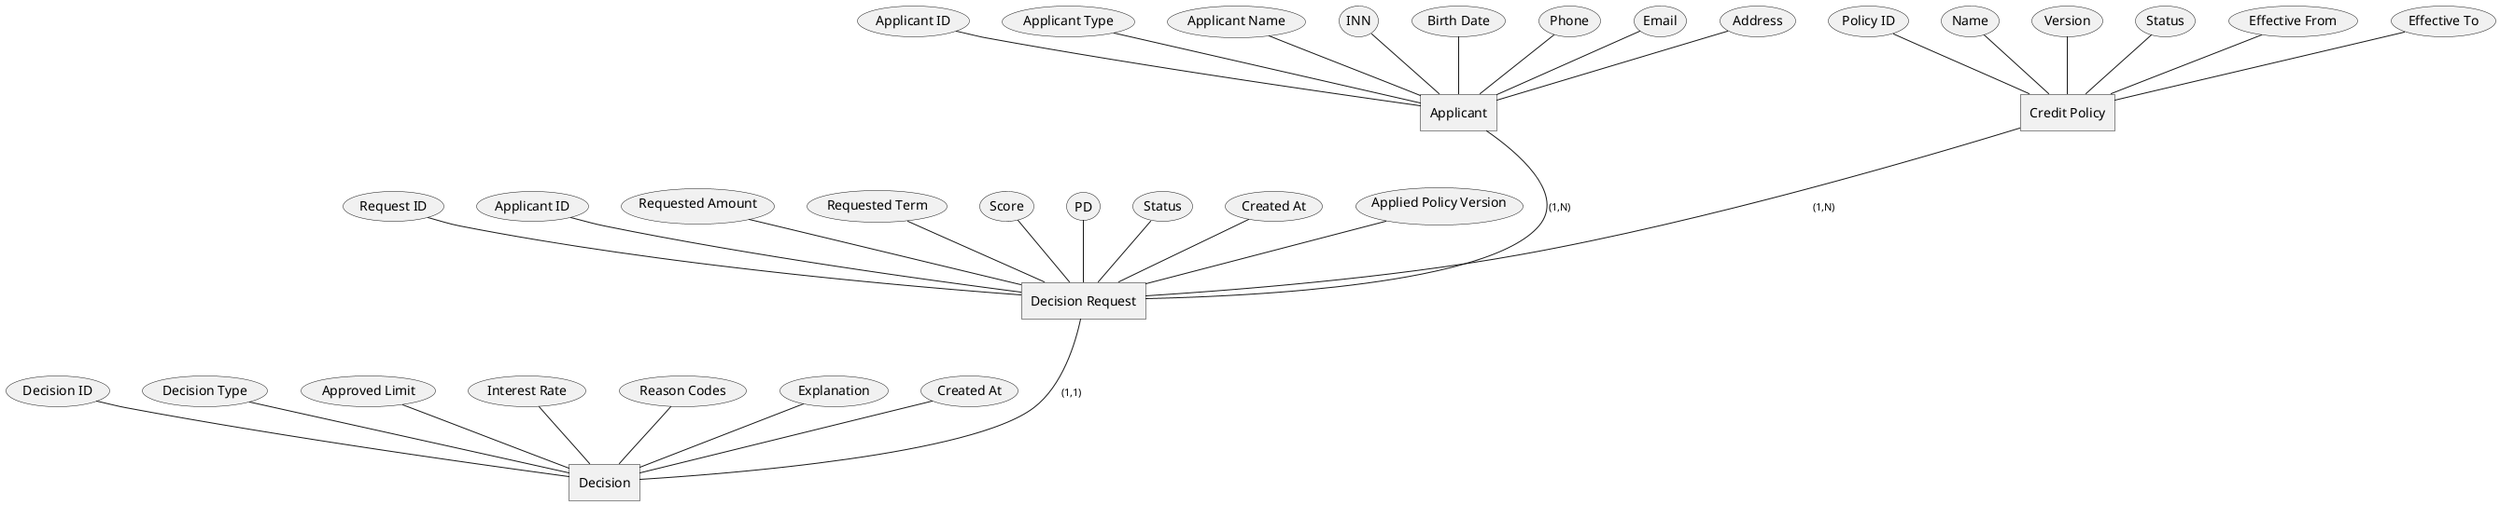
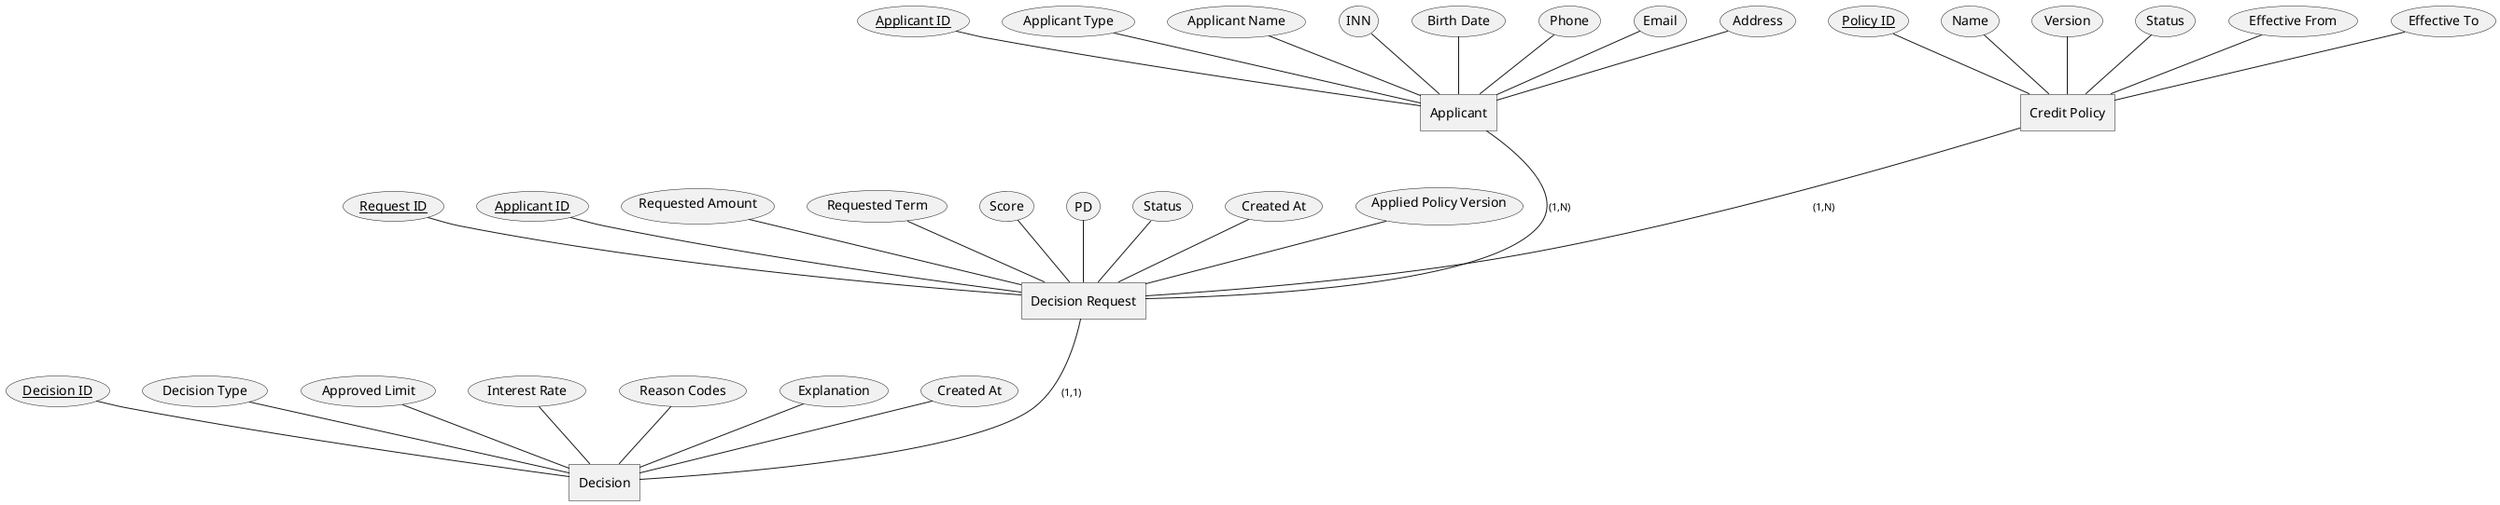
@startchen ERD

entity "Decision Request" as DecisionRequest {
-     Request ID
-     Applicant ID
+     Request ID <<key>>
+     Applicant ID <<key>>
    Requested Amount
    Requested Term
    Score
    PD
    Status
    Created At
    Applied Policy Version
}

entity Applicant {
-     Applicant ID
+     Applicant ID <<key>>
    Applicant Type
    Applicant Name
    INN
    Birth Date
    Phone
    Email
    Address
}

entity "Decision" as Decision {
-     Decision ID
+     Decision ID <<key>>
    Decision Type
    Approved Limit
    Interest Rate
    Reason Codes
    Explanation
    Created At
}

entity "Credit Policy" as CreditPolicy {
-     Policy ID
+     Policy ID <<key>>
    Name
    Version
    Status
    Effective From
    Effective To
}

CreditPolicy -(1,N)- DecisionRequest
DecisionRequest -(1,1)- Decision
Applicant -(1,N)- DecisionRequest

@endchen